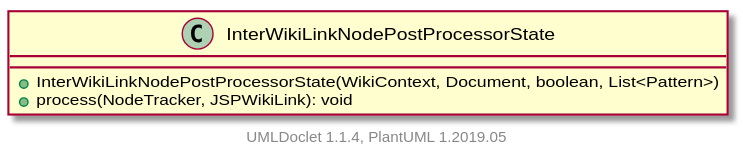
Above: apidocs/2.11.0.M7-SNAPSHOT/org/apache/wiki/markdown/extensions/jspwikilinks/postprocessor/InterWikiLinkNodePostProcessorState.svg in apache/jspwiki-site (PlantUML), before the change.
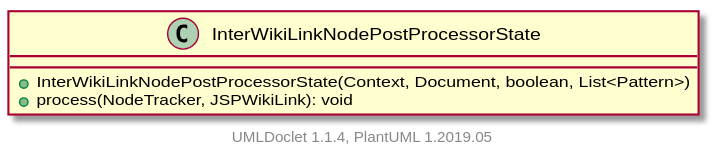
The same diagram one commit later.

Change to the diagram source:
```diff
@@ -1,7 +1,7 @@
 @startuml
 
     class InterWikiLinkNodePostProcessorState [[InterWikiLinkNodePostProcessorState.html]] {
-        +InterWikiLinkNodePostProcessorState(WikiContext, Document, boolean, List<Pattern>)
+        +InterWikiLinkNodePostProcessorState(Context, Document, boolean, List<Pattern>)
         +process(NodeTracker, JSPWikiLink): void
     }
 
```
